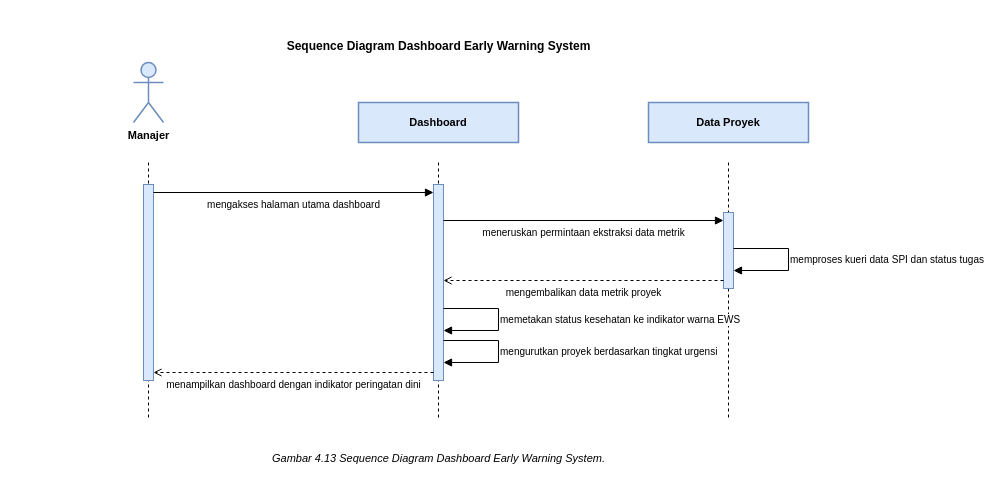
This is diagram/ai/Sequence/SD_DASHBOARD_EWS.drawio from evelleura/shi-dashboard, a draw.io file, before an edit. Source tidied: cells renumbered, new cells numbered last; positions are measured from the earlier drawing's top-left corner, leaving out a move shared by most shapes. Both pictures are drawn from the tidied source at 100%, with x=0, y=0 at pixel (28, 32).
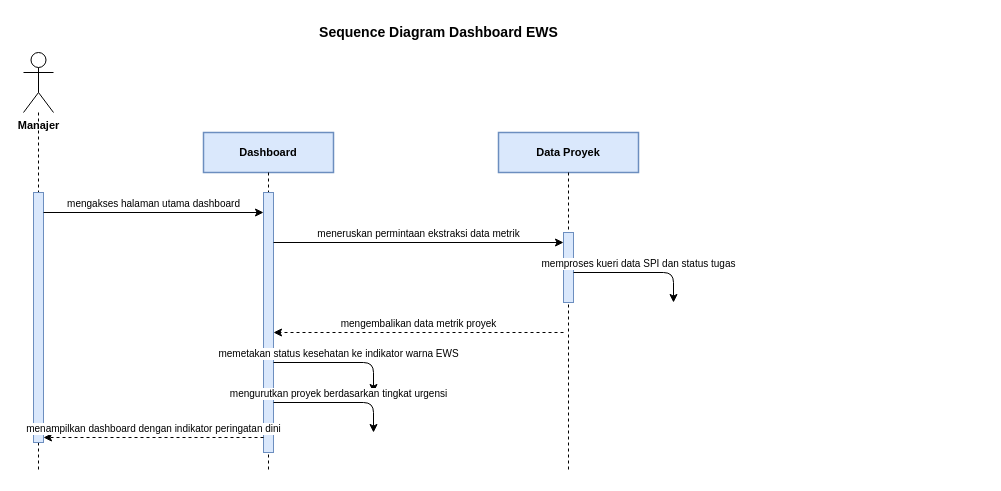
The same page after the edit.

What changed in the source:
```diff
@@
-    <mxCell id="2" value="Sequence Diagram Dashboard Early Warning System" style="text;html=1;align=center;fontSize=12;fontStyle=1;fontColor=#000000;" parent="1" vertex="1">
-      <mxGeometry width="820" height="20" as="geometry" />
-    </mxCell>
-    <mxCell id="3" value="Manajer" style="shape=umlActor;verticalLabelPosition=bottom;verticalAlign=top;html=1;fillColor=#DAE8FC;strokeColor=#6C8EBF;strokeWidth=1.5;fontSize=11;fontColor=#000000;fontStyle=1;" parent="1" vertex="1">
-      <mxGeometry x="105" y="30" width="30" height="60" as="geometry" />
+    <mxCell id="3" value="Manajer" style="shape=umlActor;verticalLabelPosition=bottom;labelPosition=center;verticalAlign=top;html=1;fontSize=11;fontStyle=1;fillColor=#FFFFFF;strokeColor=#000000;" parent="1" vertex="1">
+      <mxGeometry x="-5" y="20" width="30" height="60" as="geometry" />
     </mxCell>
-    <mxCell id="4" style="endArrow=none;html=1;rounded=0;dashed=1;strokeColor=#000000;strokeWidth=1;" parent="1" edge="1">
-      <mxGeometry relative="1" as="geometry">
-        <mxPoint x="120" y="130" as="sourcePoint" />
-        <mxPoint x="120" y="388" as="targetPoint" />
-      </mxGeometry>
-    </mxCell>
-    <mxCell id="5" value="Dashboard" style="rounded=0;whiteSpace=wrap;html=1;fillColor=#DAE8FC;strokeColor=#6C8EBF;strokeWidth=1.5;fontSize=11;fontColor=#000000;fontStyle=1;" parent="1" vertex="1">
-      <mxGeometry x="330" y="70" width="160" height="40" as="geometry" />
+    <mxCell id="5" value="Dashboard" style="rounded=0;whiteSpace=wrap;html=1;fontSize=11;fontStyle=1;fillColor=#DAE8FC;strokeColor=#6C8EBF;strokeWidth=1.5;" parent="1" vertex="1">
+      <mxGeometry x="175" y="100" width="130" height="40" as="geometry" />
     </mxCell>
-    <mxCell id="6" style="endArrow=none;html=1;rounded=0;dashed=1;strokeColor=#000000;strokeWidth=1;" parent="1" edge="1">
-      <mxGeometry relative="1" as="geometry">
-        <mxPoint x="410" y="130" as="sourcePoint" />
-        <mxPoint x="410" y="388" as="targetPoint" />
-      </mxGeometry>
-    </mxCell>
-    <mxCell id="7" value="Data Proyek" style="rounded=0;whiteSpace=wrap;html=1;fillColor=#DAE8FC;strokeColor=#6C8EBF;strokeWidth=1.5;fontSize=11;fontColor=#000000;fontStyle=1;" parent="1" vertex="1">
-      <mxGeometry x="620" y="70" width="160" height="40" as="geometry" />
+    <mxCell id="7" value="Data Proyek" style="rounded=0;whiteSpace=wrap;html=1;fontSize=11;fontStyle=1;fillColor=#DAE8FC;strokeColor=#6C8EBF;strokeWidth=1.5;" parent="1" vertex="1">
+      <mxGeometry x="470" y="100" width="140" height="40" as="geometry" />
     </mxCell>
-    <mxCell id="8" style="endArrow=none;html=1;rounded=0;dashed=1;strokeColor=#000000;strokeWidth=1;" parent="1" edge="1">
-      <mxGeometry relative="1" as="geometry">
-        <mxPoint x="700" y="130" as="sourcePoint" />
-        <mxPoint x="700" y="388" as="targetPoint" />
-      </mxGeometry>
-    </mxCell>
-    <mxCell id="9" style="rounded=0;whiteSpace=wrap;html=1;fillColor=#DAE8FC;strokeColor=#6C8EBF;strokeWidth=1;" parent="1" vertex="1">
-      <mxGeometry x="115" y="152" width="10" height="196" as="geometry" />
-    </mxCell>
-    <mxCell id="10" style="rounded=0;whiteSpace=wrap;html=1;fillColor=#DAE8FC;strokeColor=#6C8EBF;strokeWidth=1;" parent="1" vertex="1">
-      <mxGeometry x="405" y="152" width="10" height="196" as="geometry" />
-    </mxCell>
-    <mxCell id="11" style="rounded=0;whiteSpace=wrap;html=1;fillColor=#DAE8FC;strokeColor=#6C8EBF;strokeWidth=1;" parent="1" vertex="1">
-      <mxGeometry x="695" y="180" width="10" height="76" as="geometry" />
-    </mxCell>
+    <mxCell id="20" style="endArrow=none;dashed=1;strokeColor=#000000;strokeWidth=1;html=1;" parent="1" edge="1">
+      <mxGeometry relative="1" as="geometry">
+        <mxPoint x="10" y="80" as="sourcePoint" />
+        <mxPoint x="10" y="440" as="targetPoint" />
+      </mxGeometry>
+    </mxCell>
+    <mxCell id="21" style="endArrow=none;dashed=1;strokeColor=#000000;strokeWidth=1;html=1;" parent="1" edge="1">
+      <mxGeometry relative="1" as="geometry">
+        <mxPoint x="240" y="140" as="sourcePoint" />
+        <mxPoint x="240" y="440" as="targetPoint" />
+      </mxGeometry>
+    </mxCell>
+    <mxCell id="22" style="endArrow=none;dashed=1;strokeColor=#000000;strokeWidth=1;html=1;" parent="1" edge="1">
+      <mxGeometry relative="1" as="geometry">
+        <mxPoint x="540" y="140" as="sourcePoint" />
+        <mxPoint x="540" y="440" as="targetPoint" />
+      </mxGeometry>
+    </mxCell>
+    <mxCell id="23" style="rounded=0;whiteSpace=wrap;html=1;fillColor=#DAE8FC;strokeColor=#6C8EBF;strokeWidth=1;" parent="1" vertex="1">
+      <mxGeometry x="235" y="160" width="10" height="260" as="geometry" />
+    </mxCell>
+    <mxCell id="24" style="rounded=0;whiteSpace=wrap;html=1;fillColor=#DAE8FC;strokeColor=#6C8EBF;strokeWidth=1;" parent="1" vertex="1">
+      <mxGeometry x="535" y="200" width="10" height="70" as="geometry" />
+    </mxCell>
+    <mxCell id="25" style="rounded=0;whiteSpace=wrap;html=1;fillColor=#DAE8FC;strokeColor=#6C8EBF;strokeWidth=1;" parent="1" vertex="1">
+      <mxGeometry x="5" y="160" width="10" height="250" as="geometry" />
+    </mxCell>
-    <mxCell id="12" value="mengakses halaman utama dashboard" style="endArrow=block;endFill=1;html=1;rounded=0;strokeColor=#000000;strokeWidth=1;fontSize=10;fontColor=#000000;align=center;verticalAlign=top;" parent="1" edge="1">
+    <mxCell id="12" value="mengakses halaman utama dashboard" style="html=1;endArrow=classic;endFill=1;strokeColor=#000000;strokeWidth=1;fontSize=10;align=center;verticalAlign=bottom;" parent="1" edge="1">
       <mxGeometry relative="1" as="geometry">
-        <mxPoint x="125" y="160" as="sourcePoint" />
-        <mxPoint x="405" y="160" as="targetPoint" />
+        <mxPoint x="15" y="180" as="sourcePoint" />
+        <mxPoint x="235" y="180" as="targetPoint" />
       </mxGeometry>
     </mxCell>
-    <mxCell id="13" value="meneruskan permintaan ekstraksi data metrik" style="endArrow=block;endFill=1;html=1;rounded=0;strokeColor=#000000;strokeWidth=1;fontSize=10;fontColor=#000000;align=center;verticalAlign=top;" parent="1" edge="1">
+    <mxCell id="13" value="meneruskan permintaan ekstraksi data metrik" style="html=1;endArrow=classic;endFill=1;strokeColor=#000000;strokeWidth=1;fontSize=10;align=center;verticalAlign=bottom;" parent="1" edge="1">
       <mxGeometry relative="1" as="geometry">
-        <mxPoint x="415" y="188" as="sourcePoint" />
-        <mxPoint x="695" y="188" as="targetPoint" />
+        <mxPoint x="245" y="210" as="sourcePoint" />
+        <mxPoint x="535" y="210" as="targetPoint" />
       </mxGeometry>
     </mxCell>
-    <mxCell id="14" value="memproses kueri data SPI dan status tugas" style="endArrow=block;endFill=1;html=1;rounded=0;strokeColor=#000000;strokeWidth=1;fontSize=10;fontColor=#000000;align=left;verticalAlign=middle;" parent="1" edge="1">
+    <mxCell id="14" value="memproses kueri data SPI dan status tugas" style="html=1;endArrow=classic;endFill=1;strokeColor=#000000;strokeWidth=1;fontSize=10;align=center;verticalAlign=bottom;exitX=1;exitY=0.25;entryX=1;entryY=0.75;exitDx=0;exitDy=0;entryDx=0;entryDy=0;" parent="1" edge="1">
       <mxGeometry relative="1" as="geometry">
-        <mxPoint x="705" y="216" as="sourcePoint" />
-        <mxPoint x="705" y="238" as="targetPoint" />
+        <mxPoint x="545" y="240" as="sourcePoint" />
+        <mxPoint x="645" y="270" as="targetPoint" />
         <Array as="points">
-          <mxPoint x="760" y="216" />
-          <mxPoint x="760" y="238" />
+          <mxPoint x="645" y="240" />
+          <mxPoint x="645" y="270" />
         </Array>
       </mxGeometry>
     </mxCell>
-    <mxCell id="15" value="mengembalikan data metrik proyek" style="endArrow=open;endFill=0;html=1;rounded=0;dashed=1;strokeColor=#000000;strokeWidth=1;fontSize=10;fontColor=#000000;align=center;verticalAlign=top;" parent="1" edge="1">
+    <mxCell id="15" value="mengembalikan data metrik proyek" style="html=1;endArrow=classic;endFill=1;strokeColor=#000000;strokeWidth=1;dashed=1;fontSize=10;align=center;verticalAlign=bottom;" parent="1" edge="1">
       <mxGeometry relative="1" as="geometry">
-        <mxPoint x="695" y="248" as="sourcePoint" />
-        <mxPoint x="415" y="248" as="targetPoint" />
+        <mxPoint x="535" y="300" as="sourcePoint" />
+        <mxPoint x="245" y="300" as="targetPoint" />
       </mxGeometry>
     </mxCell>
-    <mxCell id="16" value="memetakan status kesehatan ke indikator warna EWS" style="endArrow=block;endFill=1;html=1;rounded=0;strokeColor=#000000;strokeWidth=1;fontSize=10;fontColor=#000000;align=left;verticalAlign=middle;" parent="1" edge="1">
+    <mxCell id="16" value="memetakan status kesehatan ke indikator warna EWS" style="html=1;endArrow=classic;endFill=1;strokeColor=#000000;strokeWidth=1;fontSize=10;align=center;verticalAlign=bottom;exitX=1;exitY=0.25;entryX=1;entryY=0.75;exitDx=0;exitDy=0;entryDx=0;entryDy=0;" parent="1" edge="1">
       <mxGeometry relative="1" as="geometry">
-        <mxPoint x="415" y="276" as="sourcePoint" />
-        <mxPoint x="415" y="298" as="targetPoint" />
+        <mxPoint x="245" y="330" as="sourcePoint" />
+        <mxPoint x="345" y="360" as="targetPoint" />
         <Array as="points">
-          <mxPoint x="470" y="276" />
-          <mxPoint x="470" y="298" />
+          <mxPoint x="345" y="330" />
+          <mxPoint x="345" y="360" />
         </Array>
       </mxGeometry>
     </mxCell>
-    <mxCell id="17" value="mengurutkan proyek berdasarkan tingkat urgensi" style="endArrow=block;endFill=1;html=1;rounded=0;strokeColor=#000000;strokeWidth=1;fontSize=10;fontColor=#000000;align=left;verticalAlign=middle;" parent="1" edge="1">
+    <mxCell id="17" value="mengurutkan proyek berdasarkan tingkat urgensi" style="html=1;endArrow=classic;endFill=1;strokeColor=#000000;strokeWidth=1;fontSize=10;align=center;verticalAlign=bottom;exitX=1;exitY=0.25;entryX=1;entryY=0.75;exitDx=0;exitDy=0;entryDx=0;entryDy=0;" parent="1" edge="1">
       <mxGeometry relative="1" as="geometry">
-        <mxPoint x="415" y="308" as="sourcePoint" />
-        <mxPoint x="415" y="330" as="targetPoint" />
+        <mxPoint x="245" y="370" as="sourcePoint" />
+        <mxPoint x="345" y="400" as="targetPoint" />
         <Array as="points">
-          <mxPoint x="470" y="308" />
-          <mxPoint x="470" y="330" />
+          <mxPoint x="345" y="370" />
+          <mxPoint x="345" y="400" />
         </Array>
       </mxGeometry>
     </mxCell>
-    <mxCell id="18" value="menampilkan dashboard dengan indikator peringatan dini" style="endArrow=open;endFill=0;html=1;rounded=0;dashed=1;strokeColor=#000000;strokeWidth=1;fontSize=10;fontColor=#000000;align=center;verticalAlign=top;" parent="1" edge="1">
+    <mxCell id="18" value="menampilkan dashboard dengan indikator peringatan dini" style="html=1;endArrow=classic;endFill=1;strokeColor=#000000;strokeWidth=1;dashed=1;fontSize=10;align=center;verticalAlign=bottom;" parent="1" edge="1">
       <mxGeometry relative="1" as="geometry">
-        <mxPoint x="405" y="340" as="sourcePoint" />
-        <mxPoint x="125" y="340" as="targetPoint" />
+        <mxPoint x="235" y="405" as="sourcePoint" />
+        <mxPoint x="15" y="405" as="targetPoint" />
       </mxGeometry>
     </mxCell>
-    <mxCell id="19" value="Gambar 4.13 Sequence Diagram Dashboard Early Warning System." style="text;html=1;align=center;fontSize=11;fontStyle=2;fontColor=#000000;" parent="1" vertex="1">
-      <mxGeometry y="413" width="820" height="20" as="geometry" />
-    </mxCell>
+    <mxCell id="2" value="Sequence Diagram Dashboard EWS" style="text;html=1;align=center;verticalAlign=middle;fontSize=14;fontStyle=1;" parent="1" vertex="1">
+      <mxGeometry x="160" y="-15" width="500" height="30" as="geometry" />
+    </mxCell>
```
